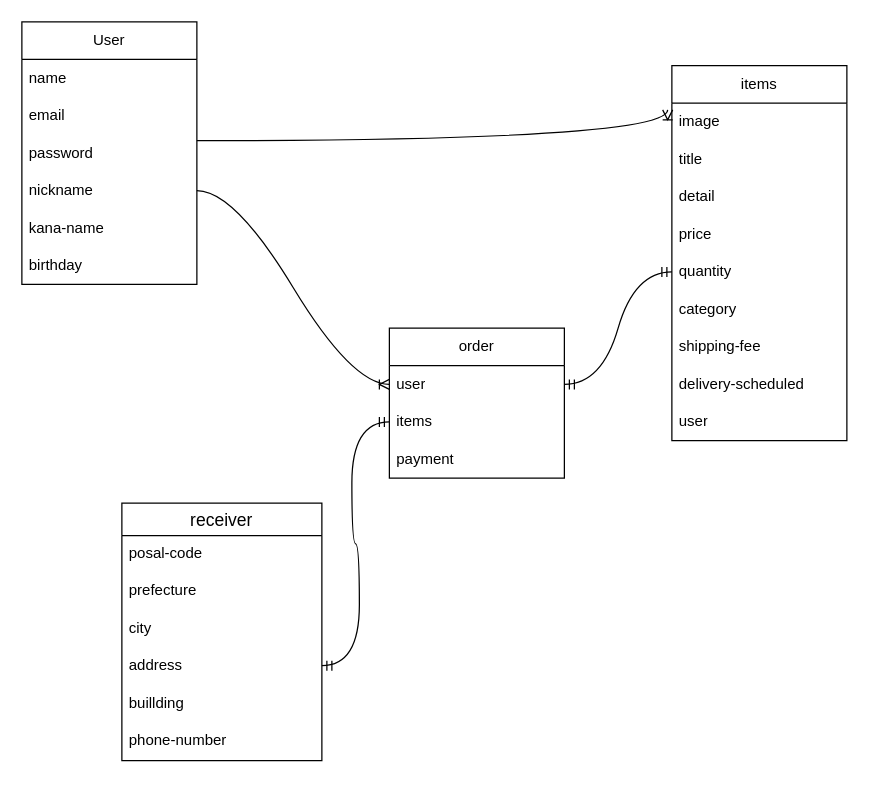
This is データベース.dio from Mshu72/furima-40878, a draw.io file, before an edit. Source tidied: cells renumbered, new cells numbered last; positions are measured from the earlier drawing's top-left corner, leaving out a move shared by most shapes. Both pictures are drawn from the tidied source at 125%, with x=0, y=0 at pixel (21, 21).
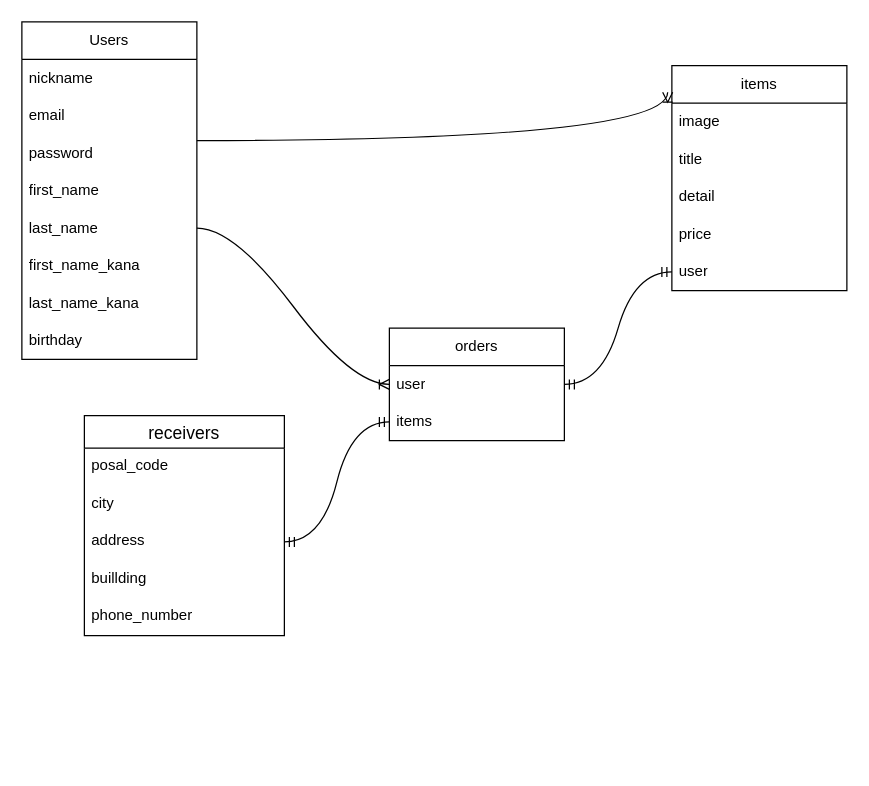
After the change.

Commit message (it also covers changes not shown here):
データベース設計修正

Unchanged cells that the change refers to:
```xml
<mxCell id="20" value="user" style="text;strokeColor=none;fillColor=none;align=left;verticalAlign=middle;spacingLeft=4;spacingRight=4;overflow=hidden;points=[[0,0.5],[1,0.5]];portConstraint=eastwest;whiteSpace=wrap;html=1;" parent="19" vertex="1">
  <mxGeometry y="30" width="140" height="30" as="geometry" />
</mxCell>
<mxCell id="21" value="items" style="text;strokeColor=none;fillColor=none;align=left;verticalAlign=middle;spacingLeft=4;spacingRight=4;overflow=hidden;points=[[0,0.5],[1,0.5]];portConstraint=eastwest;whiteSpace=wrap;html=1;" parent="19" vertex="1">
  <mxGeometry y="60" width="140" height="30" as="geometry" />
</mxCell>
```

Diff of the diagram source:
```diff
@@
-    <mxCell id="2" value="User" style="swimlane;fontStyle=0;horizontal=1;startSize=30;whiteSpace=wrap;html=1;" parent="1" vertex="1">
-      <mxGeometry width="140" height="210" as="geometry" />
+    <mxCell id="2" value="Users" style="swimlane;fontStyle=0;horizontal=1;startSize=30;whiteSpace=wrap;html=1;" parent="1" vertex="1">
+      <mxGeometry width="140" height="270" as="geometry" />
     </mxCell>
-    <mxCell id="3" value="name" style="text;strokeColor=none;fillColor=none;align=left;verticalAlign=middle;spacingLeft=4;spacingRight=4;overflow=hidden;whiteSpace=wrap;html=1;" parent="2" vertex="1">
-      <mxGeometry y="30" width="140" height="30" as="geometry" />
-    </mxCell>
+    <mxCell id="6" value="nickname" style="text;strokeColor=none;fillColor=none;align=left;verticalAlign=middle;spacingLeft=4;spacingRight=4;overflow=hidden;points=[[0,0.5],[1,0.5]];portConstraint=eastwest;whiteSpace=wrap;html=1;" parent="2" vertex="1">
+      <mxGeometry y="30" width="140" height="30" as="geometry" />
+    </mxCell>
@@
-    <mxCell id="6" value="nickname" style="text;strokeColor=none;fillColor=none;align=left;verticalAlign=middle;spacingLeft=4;spacingRight=4;overflow=hidden;points=[[0,0.5],[1,0.5]];portConstraint=eastwest;whiteSpace=wrap;html=1;" parent="2" vertex="1">
-      <mxGeometry y="120" width="140" height="30" as="geometry" />
-    </mxCell>
+    <mxCell id="3" value="first_name" style="text;strokeColor=none;fillColor=none;align=left;verticalAlign=middle;spacingLeft=4;spacingRight=4;overflow=hidden;whiteSpace=wrap;html=1;" parent="2" vertex="1">
+      <mxGeometry y="120" width="140" height="30" as="geometry" />
+    </mxCell>
-    <mxCell id="7" value="kana-name" style="text;strokeColor=none;fillColor=none;align=left;verticalAlign=middle;spacingLeft=4;spacingRight=4;overflow=hidden;points=[[0,0.5],[1,0.5]];portConstraint=eastwest;whiteSpace=wrap;html=1;" parent="2" vertex="1">
+    <mxCell id="7" value="last_name" style="text;strokeColor=none;fillColor=none;align=left;verticalAlign=middle;spacingLeft=4;spacingRight=4;overflow=hidden;points=[[0,0.5],[1,0.5]];portConstraint=eastwest;whiteSpace=wrap;html=1;" parent="2" vertex="1">
       <mxGeometry y="150" width="140" height="30" as="geometry" />
     </mxCell>
+    <mxCell id="34" value="first_name_kana" style="text;strokeColor=none;fillColor=none;align=left;verticalAlign=middle;spacingLeft=4;spacingRight=4;overflow=hidden;whiteSpace=wrap;html=1;" parent="2" vertex="1">
+      <mxGeometry y="180" width="140" height="30" as="geometry" />
+    </mxCell>
+    <mxCell id="35" value="last_name_kana" style="text;strokeColor=none;fillColor=none;align=left;verticalAlign=middle;spacingLeft=4;spacingRight=4;overflow=hidden;whiteSpace=wrap;html=1;" parent="2" vertex="1">
+      <mxGeometry y="210" width="140" height="30" as="geometry" />
+    </mxCell>
     <mxCell id="8" value="birthday" style="text;strokeColor=none;fillColor=none;align=left;verticalAlign=middle;spacingLeft=4;spacingRight=4;overflow=hidden;whiteSpace=wrap;html=1;" parent="2" vertex="1">
-      <mxGeometry y="180" width="140" height="30" as="geometry" />
+      <mxGeometry y="240" width="140" height="30" as="geometry" />
     </mxCell>
     <mxCell id="9" value="items" style="swimlane;fontStyle=0;horizontal=1;startSize=30;whiteSpace=wrap;html=1;" parent="1" vertex="1">
-      <mxGeometry x="520" y="35" width="140" height="300" as="geometry" />
+      <mxGeometry x="520" y="35" width="140" height="180" as="geometry" />
     </mxCell>
@@
-    <mxCell id="14" value="quantity" style="text;strokeColor=none;fillColor=none;align=left;verticalAlign=middle;spacingLeft=4;spacingRight=4;overflow=hidden;points=[[0,0.5],[1,0.5]];portConstraint=eastwest;whiteSpace=wrap;html=1;" parent="9" vertex="1">
-      <mxGeometry y="150" width="140" height="30" as="geometry" />
-    </mxCell>
-    <mxCell id="15" value="category" style="text;strokeColor=none;fillColor=none;align=left;verticalAlign=middle;spacingLeft=4;spacingRight=4;overflow=hidden;whiteSpace=wrap;html=1;" parent="9" vertex="1">
-      <mxGeometry y="180" width="140" height="30" as="geometry" />
-    </mxCell>
-    <mxCell id="16" value="shipping-fee" style="text;strokeColor=none;fillColor=none;align=left;verticalAlign=middle;spacingLeft=4;spacingRight=4;overflow=hidden;whiteSpace=wrap;html=1;" parent="9" vertex="1">
-      <mxGeometry y="210" width="140" height="30" as="geometry" />
-    </mxCell>
-    <mxCell id="17" value="delivery-scheduled" style="text;strokeColor=none;fillColor=none;align=left;verticalAlign=middle;spacingLeft=4;spacingRight=4;overflow=hidden;whiteSpace=wrap;html=1;" parent="9" vertex="1">
-      <mxGeometry y="240" width="140" height="30" as="geometry" />
-    </mxCell>
     <mxCell id="18" value="user" style="text;strokeColor=none;fillColor=none;align=left;verticalAlign=middle;spacingLeft=4;spacingRight=4;overflow=hidden;whiteSpace=wrap;html=1;" parent="9" vertex="1">
-      <mxGeometry y="270" width="140" height="30" as="geometry" />
+      <mxGeometry y="150" width="140" height="30" as="geometry" />
     </mxCell>
-    <mxCell id="19" value="order" style="swimlane;fontStyle=0;horizontal=1;startSize=30;whiteSpace=wrap;html=1;" parent="1" vertex="1">
-      <mxGeometry x="294" y="245" width="140" height="120" as="geometry" />
+    <mxCell id="19" value="orders" style="swimlane;fontStyle=0;horizontal=1;startSize=30;whiteSpace=wrap;html=1;" parent="1" vertex="1">
+      <mxGeometry x="294" y="245" width="140" height="90" as="geometry" />
     </mxCell>
@@
-    <mxCell id="22" value="payment" style="text;strokeColor=none;fillColor=none;align=left;verticalAlign=middle;spacingLeft=4;spacingRight=4;overflow=hidden;whiteSpace=wrap;html=1;" parent="19" vertex="1">
-      <mxGeometry y="90" width="140" height="30" as="geometry" />
-    </mxCell>
@@
-    <mxCell id="24" style="edgeStyle=entityRelationEdgeStyle;fontSize=12;html=1;endArrow=ERoneToMany;curved=1;entryX=0;entryY=0.5;entryDx=0;entryDy=0;exitX=1;exitY=0.5;exitDx=0;exitDy=0;" parent="1" edge="1" source="6" target="20">
+    <mxCell id="24" style="edgeStyle=entityRelationEdgeStyle;fontSize=12;html=1;endArrow=ERoneToMany;curved=1;entryX=0;entryY=0.5;entryDx=0;entryDy=0;exitX=1;exitY=0.5;exitDx=0;exitDy=0;" parent="1" edge="1" source="7" target="20">
       <mxGeometry relative="1" as="geometry" />
     </mxCell>
-    <mxCell id="25" style="edgeStyle=entityRelationEdgeStyle;fontSize=12;html=1;endArrow=ERmandOne;startArrow=ERmandOne;curved=1;entryX=0;entryY=0.5;entryDx=0;entryDy=0;exitX=1;exitY=0.5;exitDx=0;exitDy=0;" parent="1" edge="1" source="20" target="14">
-      <mxGeometry relative="1" as="geometry" />
+    <mxCell id="25" style="edgeStyle=entityRelationEdgeStyle;fontSize=12;html=1;endArrow=ERmandOne;startArrow=ERmandOne;curved=1;entryX=0;entryY=0.5;entryDx=0;entryDy=0;exitX=1;exitY=0.5;exitDx=0;exitDy=0;" parent="1" edge="1" source="20">
+      <mxGeometry relative="1" as="geometry">
+        <mxPoint x="520" y="200" as="targetPoint" />
+      </mxGeometry>
     </mxCell>
-    <mxCell id="26" value="receiver" style="swimlane;fontStyle=0;horizontal=1;startSize=26;align=center;fontSize=14;" parent="1" vertex="1">
-      <mxGeometry x="80" y="385" width="160" height="206" as="geometry" />
+    <mxCell id="26" value="receivers" style="swimlane;fontStyle=0;horizontal=1;startSize=26;align=center;fontSize=14;" parent="1" vertex="1">
+      <mxGeometry x="50" y="315" width="160" height="176" as="geometry" />
     </mxCell>
-    <mxCell id="27" value="posal-code" style="text;strokeColor=none;fillColor=none;spacingLeft=4;spacingRight=4;overflow=hidden;fontSize=12;" parent="26" vertex="1">
+    <mxCell id="27" value="posal_code" style="text;strokeColor=none;fillColor=none;spacingLeft=4;spacingRight=4;overflow=hidden;fontSize=12;" parent="26" vertex="1">
       <mxGeometry y="26" width="160" height="30" as="geometry" />
     </mxCell>
-    <mxCell id="28" value="prefecture" style="text;strokeColor=none;fillColor=none;spacingLeft=4;spacingRight=4;overflow=hidden;fontSize=12;" parent="26" vertex="1">
-      <mxGeometry y="56" width="160" height="30" as="geometry" />
-    </mxCell>
     <mxCell id="29" value="city" style="text;strokeColor=none;fillColor=none;spacingLeft=4;spacingRight=4;overflow=hidden;fontSize=12;" parent="26" vertex="1">
-      <mxGeometry y="86" width="160" height="30" as="geometry" />
+      <mxGeometry y="56" width="160" height="30" as="geometry" />
     </mxCell>
     <mxCell id="30" value="address" style="text;strokeColor=none;fillColor=none;spacingLeft=4;spacingRight=4;overflow=hidden;points=[[0,0.5],[1,0.5]];portConstraint=eastwest;fontSize=12;" parent="26" vertex="1">
-      <mxGeometry y="116" width="160" height="30" as="geometry" />
+      <mxGeometry y="86" width="160" height="30" as="geometry" />
     </mxCell>
     <mxCell id="31" value="buillding" style="text;strokeColor=none;fillColor=none;spacingLeft=4;spacingRight=4;overflow=hidden;fontSize=12;" parent="26" vertex="1">
-      <mxGeometry y="146" width="160" height="30" as="geometry" />
+      <mxGeometry y="116" width="160" height="30" as="geometry" />
     </mxCell>
-    <mxCell id="32" value="phone-number" style="text;strokeColor=none;fillColor=none;spacingLeft=4;spacingRight=4;overflow=hidden;fontSize=12;" parent="26" vertex="1">
-      <mxGeometry y="176" width="160" height="30" as="geometry" />
+    <mxCell id="32" value="phone_number" style="text;strokeColor=none;fillColor=none;spacingLeft=4;spacingRight=4;overflow=hidden;fontSize=12;" parent="26" vertex="1">
+      <mxGeometry y="146" width="160" height="30" as="geometry" />
     </mxCell>
-    <mxCell id="33" style="edgeStyle=entityRelationEdgeStyle;fontSize=12;html=1;endArrow=ERmandOne;startArrow=ERmandOne;curved=1;entryX=0;entryY=0.5;entryDx=0;entryDy=0;" parent="1" edge="1" target="21">
-      <mxGeometry relative="1" as="geometry">
-        <mxPoint x="240" y="515" as="sourcePoint" />
-      </mxGeometry>
+    <mxCell id="33" style="edgeStyle=entityRelationEdgeStyle;fontSize=12;html=1;endArrow=ERmandOne;startArrow=ERmandOne;curved=1;entryX=0;entryY=0.5;entryDx=0;entryDy=0;exitX=1;exitY=0.5;exitDx=0;exitDy=0;" parent="1" edge="1" source="30" target="21">
+      <mxGeometry relative="1" as="geometry" />
     </mxCell>
```
